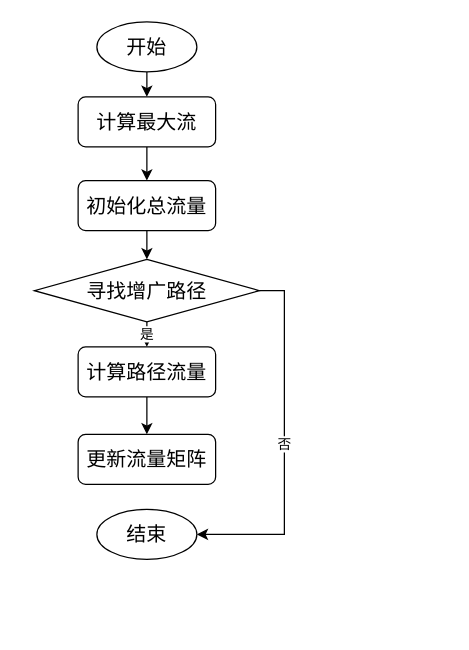
1154619573/draw keeps this draw.io diagram as 算法7.drawio. Above is the earlier version. Source tidied: cells renumbered, new cells numbered last; positions are measured from the earlier drawing's top-left corner, leaving out a move shared by most shapes. Both pictures are drawn from the tidied source at 125%, with x=0, y=0 at pixel (34, 21).
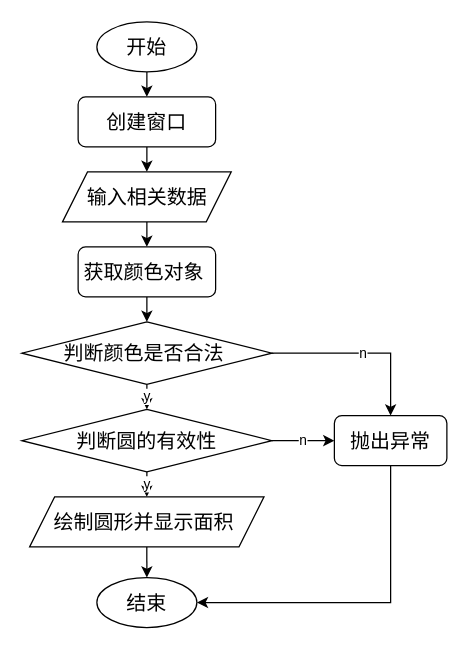
Above is the later version.

The edit, as a diff of the source:
```diff
@@
-    <mxCell id="4" style="edgeStyle=orthogonalEdgeStyle;rounded=0;jettySize=auto;html=1;exitX=0.5;exitY=1;exitDx=0;exitDy=0;entryX=0.5;entryY=0;entryDx=0;entryDy=0;" parent="1" edge="1" source="5" target="7">
-      <mxGeometry relative="1" as="geometry" />
-    </mxCell>
+    <mxCell id="15" style="edgeStyle=orthogonalEdgeStyle;rounded=0;jettySize=auto;html=1;exitX=0.5;exitY=1;exitDx=0;exitDy=0;entryX=0.5;entryY=0;entryDx=0;entryDy=0;" parent="1" edge="1" source="5" target="17">
+      <mxGeometry relative="1" as="geometry" />
+    </mxCell>
-    <mxCell id="5" value="&lt;span style=&quot;text-align: start; font-size: medium;&quot;&gt;计算最大流&lt;/span&gt;" style="rounded=1;whiteSpace=wrap;html=1;" parent="1" vertex="1">
+    <mxCell id="5" value="&lt;span style=&quot;text-align: start; font-size: medium;&quot;&gt;创建窗口&lt;/span&gt;" style="rounded=1;whiteSpace=wrap;html=1;" parent="1" vertex="1">
       <mxGeometry x="35" y="60" width="110" height="40" as="geometry" />
     </mxCell>
-    <mxCell id="6" style="edgeStyle=orthogonalEdgeStyle;rounded=0;jettySize=auto;html=1;exitX=0.5;exitY=1;exitDx=0;exitDy=0;entryX=0.5;entryY=0;entryDx=0;entryDy=0;" parent="1" edge="1" source="7" target="10">
-      <mxGeometry relative="1" as="geometry" />
-    </mxCell>
-    <mxCell id="7" value="&lt;span style=&quot;text-align: start; font-size: medium;&quot;&gt;初始化总流量&lt;/span&gt;" style="rounded=1;whiteSpace=wrap;html=1;" parent="1" vertex="1">
-      <mxGeometry x="35" y="127" width="110" height="40" as="geometry" />
-    </mxCell>
-    <mxCell id="8" value="是" style="edgeStyle=orthogonalEdgeStyle;rounded=0;jettySize=auto;html=1;exitX=0.5;exitY=1;exitDx=0;exitDy=0;entryX=0.5;entryY=0;entryDx=0;entryDy=0;" parent="1" edge="1" source="10" target="12">
-      <mxGeometry relative="1" as="geometry" />
-    </mxCell>
-    <mxCell id="9" value="否" style="edgeStyle=orthogonalEdgeStyle;rounded=0;jettySize=auto;html=1;exitX=1;exitY=0.5;exitDx=0;exitDy=0;entryX=1;entryY=0.5;entryDx=0;entryDy=0;" parent="1" edge="1" source="10" target="14">
-      <mxGeometry relative="1" as="geometry" />
-    </mxCell>
-    <mxCell id="10" value="&lt;span style=&quot;text-align: start; font-size: medium;&quot;&gt;寻找增广路径&lt;/span&gt;" style="rhombus;whiteSpace=wrap;html=1;" parent="1" vertex="1">
-      <mxGeometry y="190" width="180" height="50" as="geometry" />
-    </mxCell>
-    <mxCell id="11" style="edgeStyle=orthogonalEdgeStyle;rounded=0;jettySize=auto;html=1;exitX=0.5;exitY=1;exitDx=0;exitDy=0;entryX=0.5;entryY=0;entryDx=0;entryDy=0;" parent="1" edge="1" source="12" target="13">
-      <mxGeometry relative="1" as="geometry" />
-    </mxCell>
-    <mxCell id="12" value="&lt;span style=&quot;text-align: start; font-size: medium;&quot;&gt;计算路径流量&lt;/span&gt;" style="rounded=1;whiteSpace=wrap;html=1;" parent="1" vertex="1">
-      <mxGeometry x="35" y="260" width="110" height="40" as="geometry" />
-    </mxCell>
-    <mxCell id="13" value="&lt;span style=&quot;text-align: start; font-size: medium;&quot;&gt;更新流量矩阵&lt;/span&gt;" style="rounded=1;whiteSpace=wrap;html=1;" parent="1" vertex="1">
-      <mxGeometry x="35" y="330" width="110" height="40" as="geometry" />
-    </mxCell>
     <mxCell id="14" value="&lt;font size=&quot;3&quot;&gt;结束&lt;/font&gt;" style="ellipse;whiteSpace=wrap;html=1;" parent="1" vertex="1">
-      <mxGeometry x="50" y="390" width="80" height="40" as="geometry" />
+      <mxGeometry x="50" y="444.5" width="80" height="40" as="geometry" />
     </mxCell>
+    <mxCell id="16" style="edgeStyle=orthogonalEdgeStyle;rounded=0;jettySize=auto;html=1;exitX=0.5;exitY=1;exitDx=0;exitDy=0;entryX=0.5;entryY=0;entryDx=0;entryDy=0;" parent="1" edge="1" source="17" target="19">
+      <mxGeometry relative="1" as="geometry" />
+    </mxCell>
+    <mxCell id="17" value="&lt;font style=&quot;font-size: 16px;&quot;&gt;输入相关数据&lt;/font&gt;" style="shape=parallelogram;perimeter=parallelogramPerimeter;whiteSpace=wrap;html=1;fixedSize=1;" parent="1" vertex="1">
+      <mxGeometry x="22.5" y="120" width="135" height="40" as="geometry" />
+    </mxCell>
+    <mxCell id="18" style="edgeStyle=orthogonalEdgeStyle;rounded=0;jettySize=auto;html=1;exitX=0.5;exitY=1;exitDx=0;exitDy=0;entryX=0.5;entryY=0;entryDx=0;entryDy=0;" parent="1" edge="1" source="19" target="22">
+      <mxGeometry relative="1" as="geometry" />
+    </mxCell>
+    <mxCell id="19" value="&lt;span style=&quot;text-align: start; font-size: medium;&quot;&gt;获取颜色对象&amp;nbsp;&lt;/span&gt;" style="rounded=1;whiteSpace=wrap;html=1;" parent="1" vertex="1">
+      <mxGeometry x="35" y="180" width="110" height="40" as="geometry" />
+    </mxCell>
+    <mxCell id="20" value="y" style="edgeStyle=orthogonalEdgeStyle;rounded=0;jettySize=auto;html=1;exitX=0.5;exitY=1;exitDx=0;exitDy=0;entryX=0.5;entryY=0;entryDx=0;entryDy=0;" parent="1" edge="1" source="22" target="25">
+      <mxGeometry relative="1" as="geometry" />
+    </mxCell>
+    <mxCell id="21" value="n" style="edgeStyle=orthogonalEdgeStyle;rounded=0;jettySize=auto;html=1;exitX=1;exitY=0.5;exitDx=0;exitDy=0;entryX=0.5;entryY=0;entryDx=0;entryDy=0;" parent="1" edge="1" source="22" target="29">
+      <mxGeometry relative="1" as="geometry" />
+    </mxCell>
+    <mxCell id="22" value="&lt;span style=&quot;text-align: start; font-size: medium;&quot;&gt;判断颜色是否合法&amp;nbsp;&lt;/span&gt;" style="rhombus;whiteSpace=wrap;html=1;" parent="1" vertex="1">
+      <mxGeometry x="-10" y="240" width="200" height="50" as="geometry" />
+    </mxCell>
+    <mxCell id="23" value="y" style="edgeStyle=orthogonalEdgeStyle;rounded=0;jettySize=auto;html=1;exitX=0.5;exitY=1;exitDx=0;exitDy=0;entryX=0.5;entryY=0;entryDx=0;entryDy=0;" parent="1" edge="1" source="25" target="27">
+      <mxGeometry relative="1" as="geometry" />
+    </mxCell>
+    <mxCell id="24" value="n" style="edgeStyle=orthogonalEdgeStyle;rounded=0;jettySize=auto;html=1;exitX=1;exitY=0.5;exitDx=0;exitDy=0;entryX=0;entryY=0.5;entryDx=0;entryDy=0;" parent="1" edge="1" source="25" target="29">
+      <mxGeometry relative="1" as="geometry" />
+    </mxCell>
+    <mxCell id="25" value="&lt;span style=&quot;text-align: start; font-size: medium;&quot;&gt;判断圆的有效性&lt;/span&gt;" style="rhombus;whiteSpace=wrap;html=1;" parent="1" vertex="1">
+      <mxGeometry x="-10" y="310" width="200" height="50" as="geometry" />
+    </mxCell>
+    <mxCell id="26" style="edgeStyle=orthogonalEdgeStyle;rounded=0;jettySize=auto;html=1;exitX=0.5;exitY=1;exitDx=0;exitDy=0;entryX=0.5;entryY=0;entryDx=0;entryDy=0;" parent="1" edge="1" source="27" target="14">
+      <mxGeometry relative="1" as="geometry" />
+    </mxCell>
+    <mxCell id="27" value="&lt;span style=&quot;text-align: start; font-size: medium;&quot;&gt;绘制圆形并显示面积&amp;nbsp;&lt;/span&gt;" style="shape=parallelogram;perimeter=parallelogramPerimeter;whiteSpace=wrap;html=1;fixedSize=1;" parent="1" vertex="1">
+      <mxGeometry x="-3.8" y="380" width="187.5" height="40" as="geometry" />
+    </mxCell>
+    <mxCell id="28" style="edgeStyle=orthogonalEdgeStyle;rounded=0;jettySize=auto;html=1;exitX=0.5;exitY=1;exitDx=0;exitDy=0;entryX=1;entryY=0.5;entryDx=0;entryDy=0;" parent="1" edge="1" source="29" target="14">
+      <mxGeometry relative="1" as="geometry" />
+    </mxCell>
+    <mxCell id="29" value="&lt;div style=&quot;text-align: start;&quot;&gt;&lt;font size=&quot;3&quot;&gt;抛出异常&lt;/font&gt;&lt;/div&gt;" style="rounded=1;whiteSpace=wrap;html=1;" parent="1" vertex="1">
+      <mxGeometry x="240" y="315" width="90" height="40" as="geometry" />
+    </mxCell>
```
